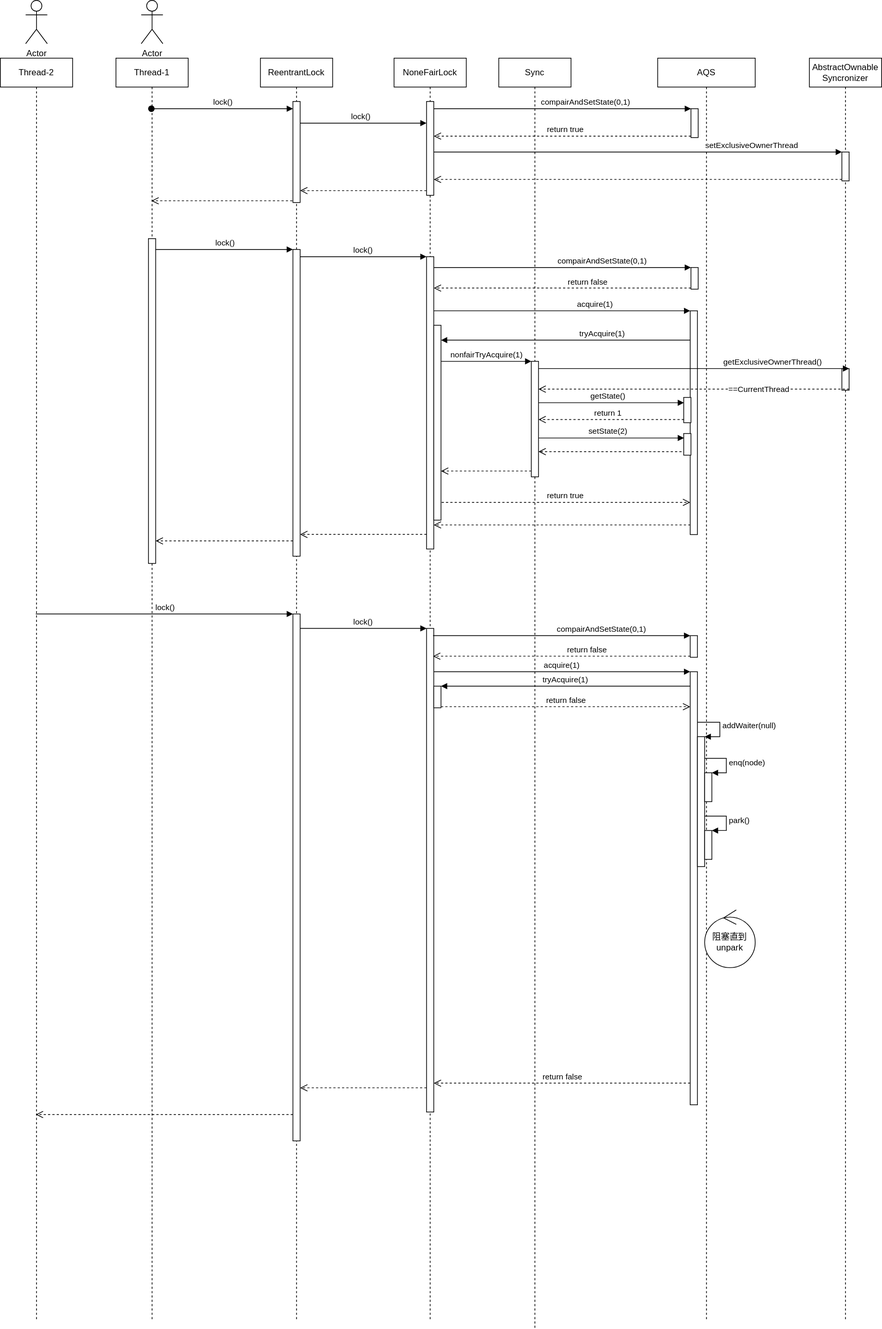
Before: ReentrantLock_lock.svg, a diagram exported from draw.io (kkyeer/picbed). Source tidied: cells renumbered, new cells last; positions are measured from the earlier drawing's top-left corner, leaving out a move shared by most shapes.
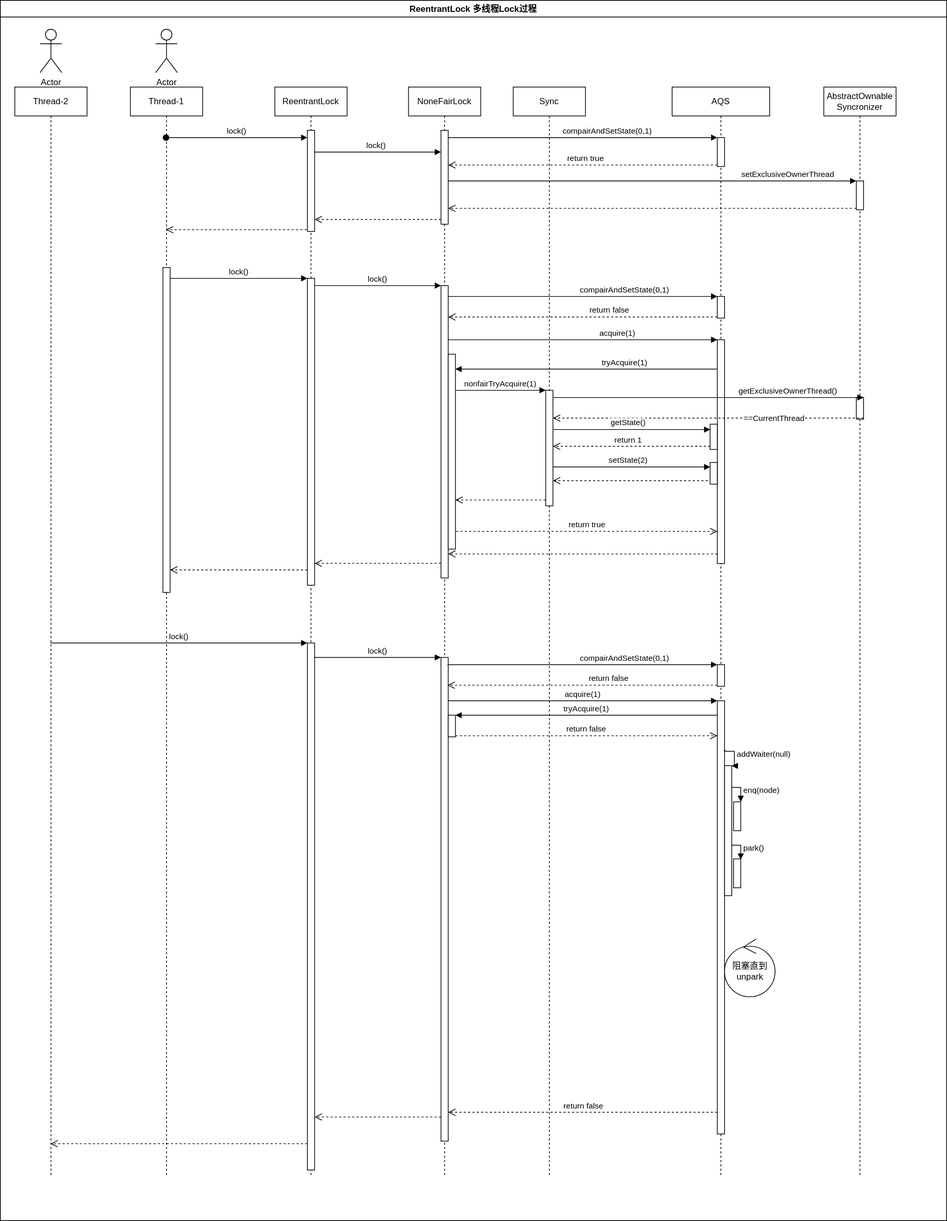
The same diagram one commit later.

What changed in the source:
```diff
@@ -6,7 +6,7 @@
       <mxGeometry x="195" width="30" height="60" as="geometry" />
     </mxCell>
     <mxCell id="3" value="ReentrantLock" style="shape=umlLifeline;perimeter=lifelinePerimeter;whiteSpace=wrap;html=1;" parent="1" vertex="1">
-      <mxGeometry x="360" y="80" width="100" height="1750" as="geometry" />
+      <mxGeometry x="360" y="80" width="100" height="1510" as="geometry" />
     </mxCell>
     <mxCell id="4" style="html=1;points=[];perimeter=orthogonalPerimeter;" parent="3" vertex="1">
       <mxGeometry x="45" y="60" width="10" height="140" as="geometry" />
@@ -18,7 +18,7 @@
       <mxGeometry x="45" y="770" width="10" height="730" as="geometry" />
     </mxCell>
     <mxCell id="7" value="NoneFairLock" style="shape=umlLifeline;perimeter=lifelinePerimeter;whiteSpace=wrap;html=1;" parent="1" vertex="1">
-      <mxGeometry x="545" y="80" width="100" height="1750" as="geometry" />
+      <mxGeometry x="545" y="80" width="100" height="1510" as="geometry" />
     </mxCell>
     <mxCell id="8" style="html=1;points=[];perimeter=orthogonalPerimeter;" parent="7" vertex="1">
       <mxGeometry x="45" y="60" width="10" height="130" as="geometry" />
@@ -46,25 +46,25 @@
       <mxGeometry relative="1" as="geometry" />
     </mxCell>
     <mxCell id="15" value="AQS" style="shape=umlLifeline;perimeter=lifelinePerimeter;whiteSpace=wrap;html=1;" parent="1" vertex="1">
-      <mxGeometry x="910" y="80" width="135" height="1750" as="geometry" />
+      <mxGeometry x="910" y="80" width="135" height="1510" as="geometry" />
     </mxCell>
     <mxCell id="16" style="html=1;points=[];perimeter=orthogonalPerimeter;" parent="15" vertex="1">
-      <mxGeometry x="46" y="70" width="10" height="40" as="geometry" />
+      <mxGeometry x="62.5" y="70" width="10" height="40" as="geometry" />
     </mxCell>
     <mxCell id="17" style="html=1;points=[];perimeter=orthogonalPerimeter;" parent="15" vertex="1">
-      <mxGeometry x="46" y="290" width="10" height="30" as="geometry" />
+      <mxGeometry x="62.5" y="290" width="10" height="30" as="geometry" />
     </mxCell>
     <mxCell id="18" style="html=1;points=[];perimeter=orthogonalPerimeter;fillColor=#ffffff;" parent="15" vertex="1">
-      <mxGeometry x="45" y="350" width="10" height="310" as="geometry" />
+      <mxGeometry x="62.5" y="350" width="10" height="310" as="geometry" />
     </mxCell>
     <mxCell id="19" style="html=1;points=[];perimeter=orthogonalPerimeter;fillColor=#ffffff;" parent="15" vertex="1">
-      <mxGeometry x="36" y="470" width="10" height="35" as="geometry" />
+      <mxGeometry x="52.5" y="467" width="10" height="35" as="geometry" />
     </mxCell>
     <mxCell id="20" style="html=1;points=[];perimeter=orthogonalPerimeter;fillColor=#ffffff;" parent="15" vertex="1">
-      <mxGeometry x="36" y="520" width="10" height="30" as="geometry" />
+      <mxGeometry x="52.5" y="520" width="10" height="30" as="geometry" />
     </mxCell>
     <mxCell id="21" style="html=1;points=[];perimeter=orthogonalPerimeter;" parent="15" vertex="1">
-      <mxGeometry x="45" y="800" width="10" height="30" as="geometry" />
+      <mxGeometry x="62.5" y="800" width="10" height="30" as="geometry" />
     </mxCell>
     <mxCell id="22" value="compairAndSetState(0,1)" style="html=1;verticalAlign=bottom;endArrow=block;entryX=0;entryY=0;" parent="15" edge="1" target="21">
       <mxGeometry x="0.31" relative="1" as="geometry">
@@ -77,22 +77,23 @@
       </mxGeometry>
     </mxCell>
     <mxCell id="24" style="html=1;points=[];perimeter=orthogonalPerimeter;fillColor=#ffffff;" parent="15" vertex="1">
-      <mxGeometry x="45" y="850" width="10" height="600" as="geometry" />
+      <mxGeometry x="62.5" y="850" width="10" height="600" as="geometry" />
     </mxCell>
     <mxCell id="25" style="html=1;points=[];perimeter=orthogonalPerimeter;fillColor=#ffffff;" parent="15" vertex="1">
-      <mxGeometry x="55" y="940" width="10" height="180" as="geometry" />
+      <mxGeometry x="72.5" y="940" width="10" height="180" as="geometry" />
     </mxCell>
-    <mxCell id="26" value="addWaiter(null)" style="edgeStyle=orthogonalEdgeStyle;html=1;align=left;spacingLeft=2;endArrow=block;rounded=0;entryX=1;entryY=0;" parent="15" edge="1" target="25">
+    <mxCell id="26" value="addWaiter(null)" style="edgeStyle=orthogonalEdgeStyle;html=1;align=left;spacingLeft=2;endArrow=block;rounded=0;entryX=1;entryY=0;exitX=0.903;exitY=0.114;exitDx=0;exitDy=0;exitPerimeter=0;" parent="15" edge="1" source="24" target="25">
       <mxGeometry relative="1" as="geometry">
-        <mxPoint x="55" y="920" as="sourcePoint" />
         <Array as="points">
+          <mxPoint x="73" y="918" />
+          <mxPoint x="73" y="920" />
           <mxPoint x="86" y="920" />
           <mxPoint x="86" y="940" />
         </Array>
       </mxGeometry>
     </mxCell>
     <mxCell id="27" style="html=1;points=[];perimeter=orthogonalPerimeter;fillColor=#ffffff;" parent="15" vertex="1">
-      <mxGeometry x="65" y="990" width="10" height="40" as="geometry" />
+      <mxGeometry x="85" y="990" width="10" height="40" as="geometry" />
     </mxCell>
     <mxCell id="28" value="enq(node)" style="edgeStyle=orthogonalEdgeStyle;html=1;align=left;spacingLeft=2;endArrow=block;rounded=0;entryX=1;entryY=0;" parent="15" edge="1" source="25" target="27">
       <mxGeometry relative="1" as="geometry">
@@ -103,7 +104,7 @@
       </mxGeometry>
     </mxCell>
     <mxCell id="29" style="html=1;points=[];perimeter=orthogonalPerimeter;fillColor=#ffffff;" parent="15" vertex="1">
-      <mxGeometry x="65" y="1070" width="10" height="40" as="geometry" />
+      <mxGeometry x="85" y="1069" width="10" height="40" as="geometry" />
     </mxCell>
     <mxCell id="30" value="park()" style="edgeStyle=orthogonalEdgeStyle;html=1;align=left;spacingLeft=2;endArrow=block;rounded=0;entryX=1;entryY=0;" parent="15" edge="1" source="25" target="29">
       <mxGeometry relative="1" as="geometry">
@@ -114,7 +115,7 @@
       </mxGeometry>
     </mxCell>
     <mxCell id="31" value="阻塞直到unpark" style="ellipse;shape=umlControl;whiteSpace=wrap;html=1;fillColor=#ffffff;" parent="15" vertex="1">
-      <mxGeometry x="65" y="1180" width="70" height="80" as="geometry" />
+      <mxGeometry x="72.5" y="1180" width="70" height="80" as="geometry" />
     </mxCell>
     <mxCell id="32" value="compairAndSetState(0,1)" style="html=1;verticalAlign=bottom;endArrow=block;entryX=0;entryY=0;" parent="1" edge="1" source="8" target="16">
       <mxGeometry x="0.18" relative="1" as="geometry" />
@@ -123,7 +124,7 @@
       <mxGeometry x="-0.02" relative="1" as="geometry" />
     </mxCell>
     <mxCell id="34" value="AbstractOwnable&lt;br&gt;Syncronizer" style="shape=umlLifeline;perimeter=lifelinePerimeter;whiteSpace=wrap;html=1;" parent="1" vertex="1">
-      <mxGeometry x="1120" y="80" width="100" height="1750" as="geometry" />
+      <mxGeometry x="1120" y="80" width="100" height="1510" as="geometry" />
     </mxCell>
     <mxCell id="35" style="html=1;points=[];perimeter=orthogonalPerimeter;fillColor=#ffffff;" parent="34" vertex="1">
       <mxGeometry x="45" y="130" width="10" height="40" as="geometry" />
@@ -132,13 +133,15 @@
       <mxGeometry x="45" y="430" width="10" height="30" as="geometry" />
     </mxCell>
     <mxCell id="37" value="setExclusiveOwnerThread" style="html=1;verticalAlign=bottom;endArrow=block;entryX=0;entryY=0;" parent="1" edge="1" source="8" target="35">
-      <mxGeometry x="0.56" relative="1" as="geometry" />
+      <mxGeometry x="0.66" relative="1" as="geometry">
+        <mxPoint x="1" as="offset" />
+      </mxGeometry>
     </mxCell>
     <mxCell id="38" style="html=1;verticalAlign=bottom;endArrow=open;dashed=1;endSize=8;exitX=0;exitY=0.95;" parent="1" edge="1" source="35" target="8">
       <mxGeometry x="-0.47" relative="1" as="geometry" />
     </mxCell>
     <mxCell id="39" value="Thread-1" style="shape=umlLifeline;perimeter=lifelinePerimeter;whiteSpace=wrap;html=1;outlineConnect=0;fillColor=#ffffff;" parent="1" vertex="1">
-      <mxGeometry x="160" y="80" width="100" height="1750" as="geometry" />
+      <mxGeometry x="160" y="80" width="100" height="1510" as="geometry" />
     </mxCell>
     <mxCell id="40" style="html=1;points=[];perimeter=orthogonalPerimeter;fillColor=#ffffff;" parent="39" vertex="1">
       <mxGeometry x="45" y="250" width="10" height="450" as="geometry" />
@@ -188,7 +191,7 @@
       <mxGeometry relative="1" as="geometry" />
     </mxCell>
     <mxCell id="53" value="Sync" style="shape=umlLifeline;perimeter=lifelinePerimeter;whiteSpace=wrap;html=1;fillColor=#ffffff;" parent="1" vertex="1">
-      <mxGeometry x="690" y="80" width="100" height="1760" as="geometry" />
+      <mxGeometry x="690" y="80" width="100" height="1510" as="geometry" />
     </mxCell>
     <mxCell id="54" style="html=1;points=[];perimeter=orthogonalPerimeter;fillColor=#ffffff;" parent="53" vertex="1">
       <mxGeometry x="45" y="420" width="10" height="160" as="geometry" />
@@ -223,7 +226,7 @@
       <mxGeometry relative="1" as="geometry" />
     </mxCell>
     <mxCell id="64" value="Thread-2" style="shape=umlLifeline;perimeter=lifelinePerimeter;whiteSpace=wrap;html=1;outlineConnect=0;fillColor=#ffffff;" parent="1" vertex="1">
-      <mxGeometry y="80" width="100" height="1750" as="geometry" />
+      <mxGeometry y="80" width="100" height="1510" as="geometry" />
     </mxCell>
     <mxCell id="65" value="lock()" style="html=1;verticalAlign=bottom;endArrow=block;entryX=0;entryY=0;" parent="1" edge="1" source="64" target="6">
       <mxGeometry relative="1" as="geometry" />
@@ -252,5 +255,8 @@
     <mxCell id="73" value="Actor" style="shape=umlActor;verticalLabelPosition=bottom;verticalAlign=top;html=1;" parent="1" vertex="1">
       <mxGeometry x="35" width="30" height="60" as="geometry" />
     </mxCell>
+    <mxCell id="74" value="ReentrantLock 多线程Lock过程" style="swimlane;" parent="1" vertex="1">
+      <mxGeometry x="-20" y="-40" width="1310" height="1690" as="geometry" />
+    </mxCell>
   </root>
 </mxGraphModel>
```
